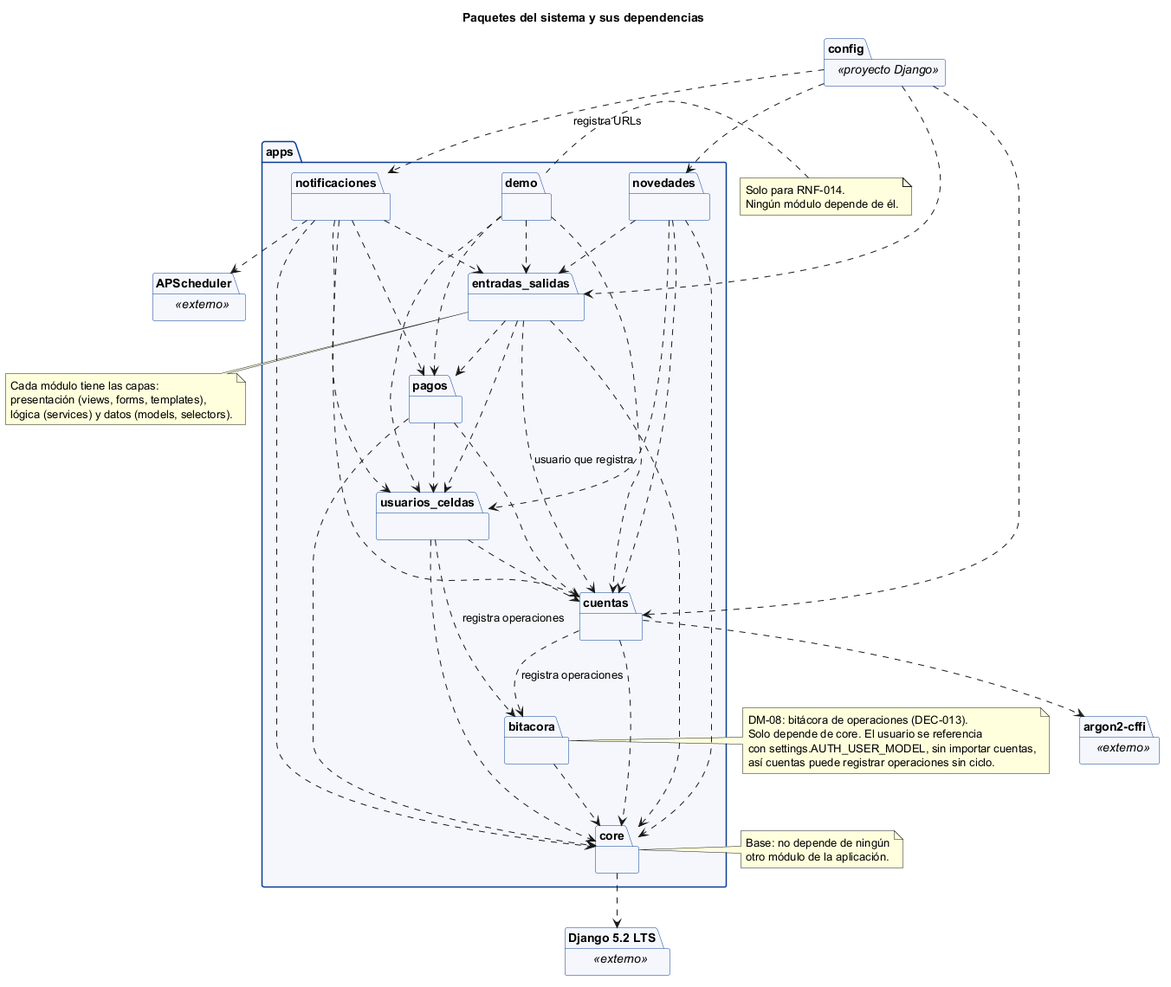
Above: docs/latex/diagrams/uml/PK-01_Paquetes.png in NotDual2024/Autos-Colombia-Equipo-31-Actualizacion (PlantUML), before the change.
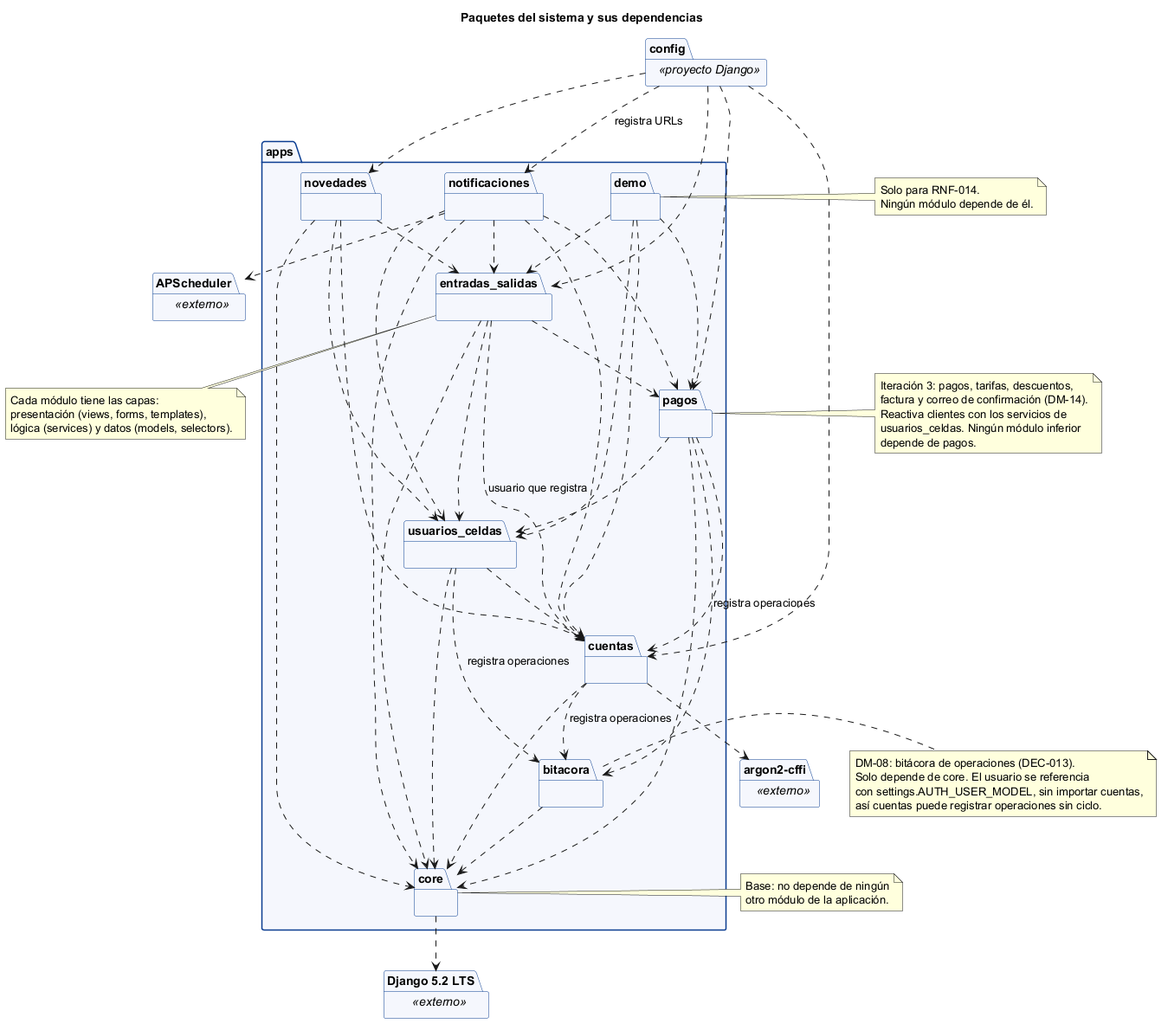
The same diagram one commit later.

Diff of the diagram source:
```diff
@@ -39,6 +39,7 @@
 config ..> nov
 config ..> es
 config ..> cuentas
+config ..> pagos
 demo ..> cuentas
 demo ..> uc
 demo ..> pagos
@@ -61,6 +62,7 @@
 bit ..> core
 uc ..> bit : registra operaciones
 cuentas ..> bit : registra operaciones
+pagos ..> bit : registra operaciones
 uc ..> cuentas
 es ..> cuentas : usuario que registra
 nov ..> cuentas
@@ -74,6 +76,13 @@
   Solo depende de core. El usuario se referencia
   con settings.AUTH_USER_MODEL, sin importar cuentas,
   así cuentas puede registrar operaciones sin ciclo.
+end note
+note left of pagos
+  Iteración 3: pagos, tarifas, descuentos,
+  factura y correo de confirmación (DM-14).
+  Reactiva clientes con los servicios de
+  usuarios_celdas. Ningún módulo inferior
+  depende de pagos.
 end note
 note right of core
   Base: no depende de ningún
```
